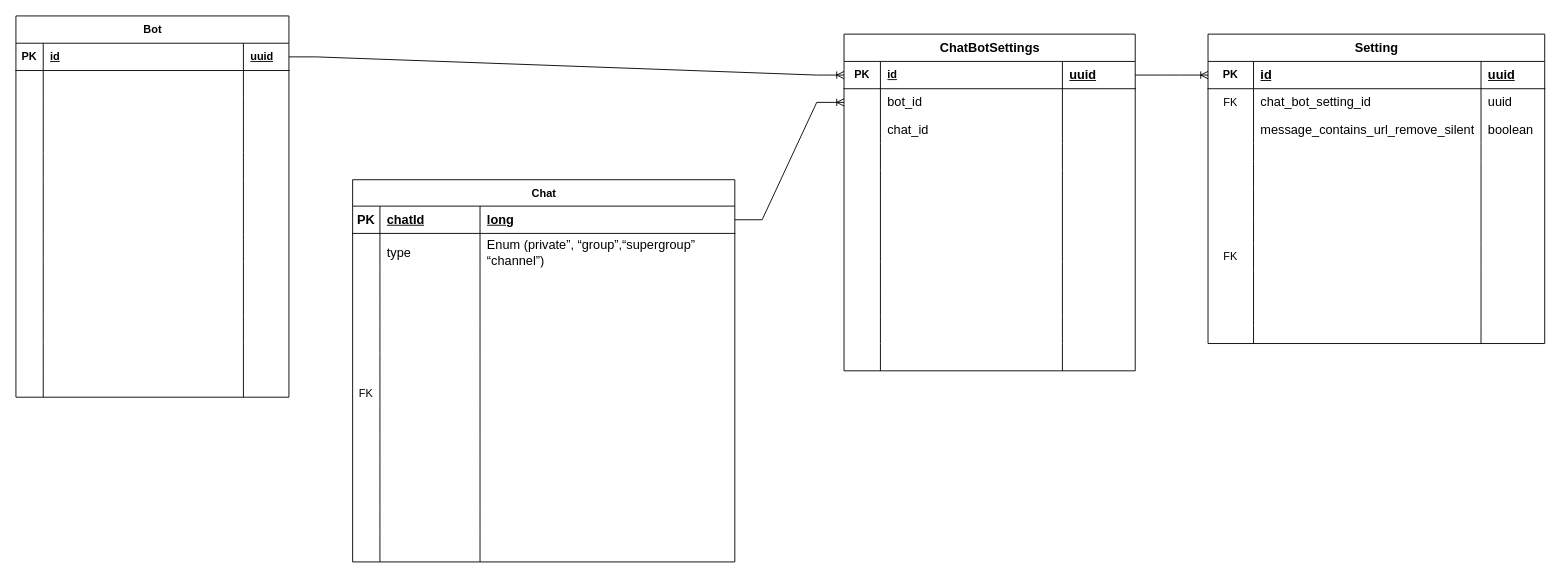
Before: schema.drawio in linealnan/frodhunter, a draw.io diagram. Source tidied: cells renumbered, new cells numbered last; positions are measured from the earlier drawing's top-left corner, leaving out a move shared by most shapes. Both pictures are drawn from the tidied source at 91%, with x=0, y=0 at pixel (15, 15).
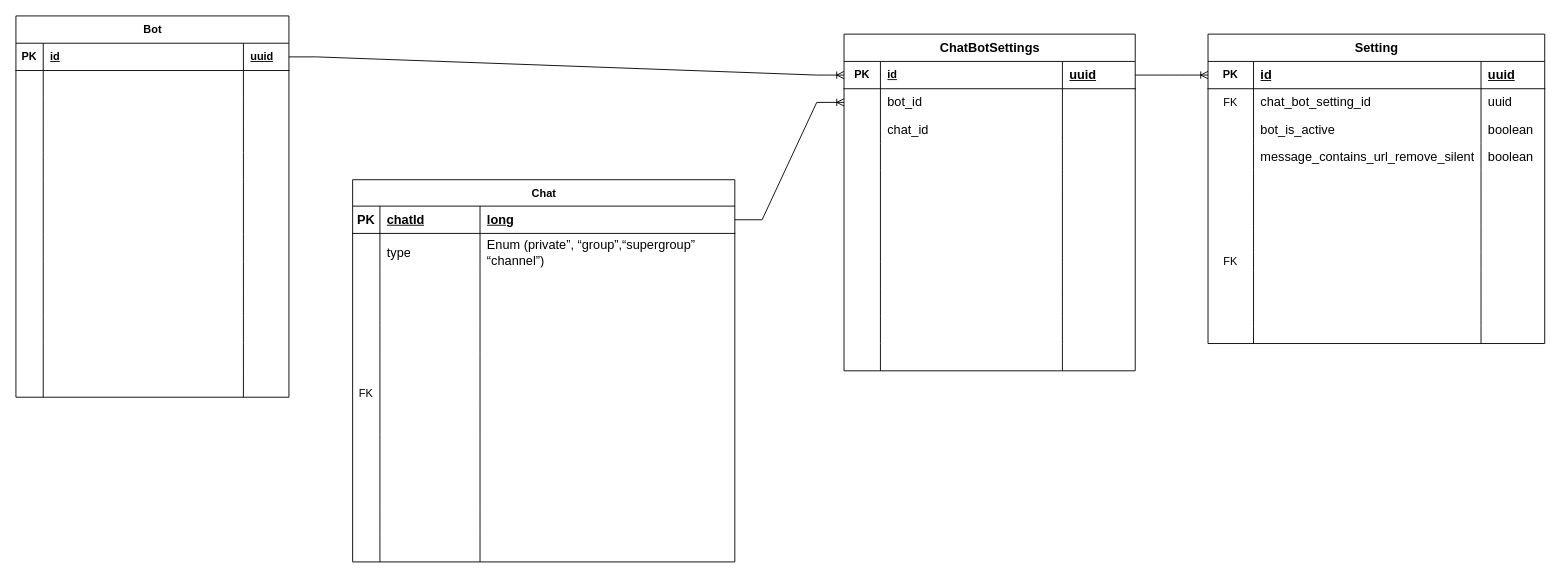
Above is the later version.

Commit message:
[NF] Документация. Схема БД. Сущности Chat, Bot

The change refers to these unchanged cells:
```xml
<mxCell id="151" value="Setting" style="shape=table;startSize=30;childLayout=tableLayout;rowLines=0;fontStyle=1;align=center;html=1;fontSize=14;" parent="1" vertex="1">
  <mxGeometry x="1310" y="20" width="370" height="340" as="geometry" />
</mxCell>
<mxCell id="160" style="shape=tableRow;horizontal=0;startSize=0;swimlaneHead=0;swimlaneBody=0;fillColor=none;top=0;left=0;right=0;bottom=0;" parent="151" vertex="1">
  <mxGeometry y="90" width="370" height="30" as="geometry" />
</mxCell>
```

The edit, as a diff of the source:
```diff
@@
-    <mxCell id="162" value="message_contains_url_remove_silent" style="shape=partialRectangle;fillColor=none;top=0;left=0;bottom=0;right=0;align=left;spacingLeft=6;overflow=hidden;whiteSpace=wrap;html=1;fontSize=14;" parent="160" vertex="1">
+    <mxCell id="162" value="bot_is_active" style="shape=partialRectangle;fillColor=none;top=0;left=0;bottom=0;right=0;align=left;spacingLeft=6;overflow=hidden;whiteSpace=wrap;html=1;fontSize=14;" parent="160" vertex="1">
       <mxGeometry x="50" width="250" height="30" as="geometry" />
     </mxCell>
@@
     <mxCell id="164" style="shape=tableRow;horizontal=0;startSize=0;swimlaneHead=0;swimlaneBody=0;fillColor=none;top=0;left=0;right=0;bottom=0;" parent="151" vertex="1">
-      <mxGeometry y="120" width="370" height="20" as="geometry" />
+      <mxGeometry y="120" width="370" height="30" as="geometry" />
     </mxCell>
     <mxCell id="165" style="shape=partialRectangle;fillColor=none;top=0;left=0;bottom=0;right=0;overflow=hidden;whiteSpace=wrap;html=1;" parent="164" vertex="1">
-      <mxGeometry width="50" height="20" as="geometry" />
+      <mxGeometry width="50" height="30" as="geometry" />
     </mxCell>
-    <mxCell id="166" style="shape=partialRectangle;fillColor=none;top=0;left=0;bottom=0;right=0;align=left;spacingLeft=6;overflow=hidden;whiteSpace=wrap;html=1;" parent="164" vertex="1">
-      <mxGeometry x="50" width="250" height="20" as="geometry" />
+    <mxCell id="166" value="message_contains_url_remove_silent" style="shape=partialRectangle;fillColor=none;top=0;left=0;bottom=0;right=0;align=left;spacingLeft=6;overflow=hidden;whiteSpace=wrap;html=1;fontSize=14;" parent="164" vertex="1">
+      <mxGeometry x="50" width="250" height="30" as="geometry" />
     </mxCell>
-    <mxCell id="167" style="shape=partialRectangle;fillColor=none;top=0;left=0;bottom=0;right=0;align=left;spacingLeft=6;overflow=hidden;whiteSpace=wrap;html=1;" parent="164" vertex="1">
-      <mxGeometry x="300" width="70" height="20" as="geometry" />
+    <mxCell id="167" value="boolean" style="shape=partialRectangle;fillColor=none;top=0;left=0;bottom=0;right=0;align=left;spacingLeft=6;overflow=hidden;whiteSpace=wrap;html=1;fontSize=14;" parent="164" vertex="1">
+      <mxGeometry x="300" width="70" height="30" as="geometry" />
     </mxCell>
     <mxCell id="168" style="shape=tableRow;horizontal=0;startSize=0;swimlaneHead=0;swimlaneBody=0;fillColor=none;top=0;left=0;right=0;bottom=0;" parent="151" vertex="1">
-      <mxGeometry y="140" width="370" height="30" as="geometry" />
+      <mxGeometry y="150" width="370" height="30" as="geometry" />
     </mxCell>
@@
     <mxCell id="172" style="shape=tableRow;horizontal=0;startSize=0;swimlaneHead=0;swimlaneBody=0;fillColor=none;top=0;left=0;right=0;bottom=0;" parent="151" vertex="1">
-      <mxGeometry y="170" width="370" height="30" as="geometry" />
+      <mxGeometry y="180" width="370" height="30" as="geometry" />
     </mxCell>
@@
     <mxCell id="176" style="shape=tableRow;horizontal=0;startSize=0;swimlaneHead=0;swimlaneBody=0;fillColor=none;top=0;left=0;right=0;bottom=0;" parent="151" vertex="1">
-      <mxGeometry y="200" width="370" height="30" as="geometry" />
+      <mxGeometry y="210" width="370" height="30" as="geometry" />
     </mxCell>
@@
     <mxCell id="180" style="shape=tableRow;horizontal=0;startSize=0;swimlaneHead=0;swimlaneBody=0;fillColor=none;top=0;left=0;right=0;bottom=0;" parent="151" vertex="1">
-      <mxGeometry y="230" width="370" height="30" as="geometry" />
+      <mxGeometry y="240" width="370" height="20" as="geometry" />
     </mxCell>
     <mxCell id="181" value="FK" style="shape=partialRectangle;fillColor=none;top=0;left=0;bottom=0;right=0;fontStyle=0;overflow=hidden;whiteSpace=wrap;html=1;" parent="180" vertex="1">
-      <mxGeometry width="50" height="30" as="geometry" />
+      <mxGeometry width="50" height="20" as="geometry" />
     </mxCell>
     <mxCell id="182" style="shape=partialRectangle;fillColor=none;top=0;left=0;bottom=0;right=0;align=left;spacingLeft=6;fontStyle=0;overflow=hidden;whiteSpace=wrap;html=1;" parent="180" vertex="1">
-      <mxGeometry x="50" width="250" height="30" as="geometry" />
+      <mxGeometry x="50" width="250" height="20" as="geometry" />
     </mxCell>
     <mxCell id="183" style="shape=partialRectangle;fillColor=none;top=0;left=0;bottom=0;right=0;align=left;spacingLeft=6;fontStyle=0;overflow=hidden;whiteSpace=wrap;html=1;" parent="180" vertex="1">
-      <mxGeometry x="300" width="70" height="30" as="geometry" />
+      <mxGeometry x="300" width="70" height="20" as="geometry" />
     </mxCell>
```
